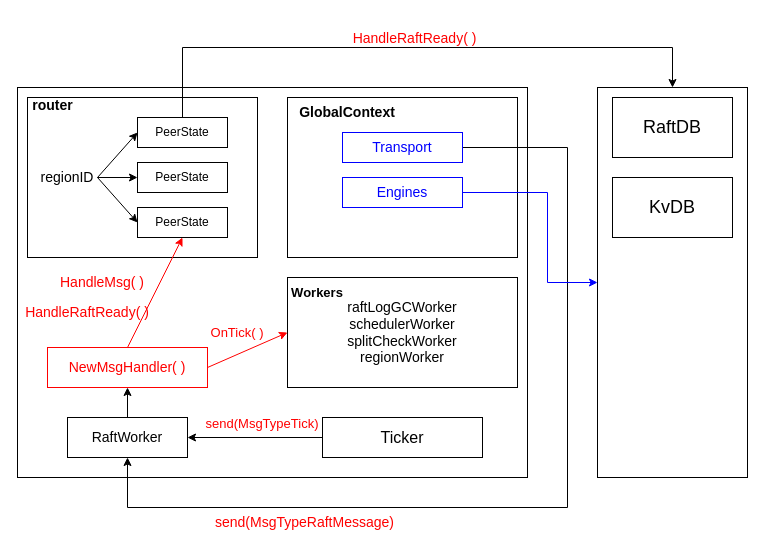
Holworth/DrawIO keeps this draw.io diagram as Untitled Diagram.drawio. Above is the earlier version. Source tidied: cells renumbered, new cells numbered last; positions are measured from the earlier drawing's top-left corner, leaving out a move shared by most shapes. Both pictures are drawn from the tidied source at 100%, with x=0, y=0 at pixel (17, 17).
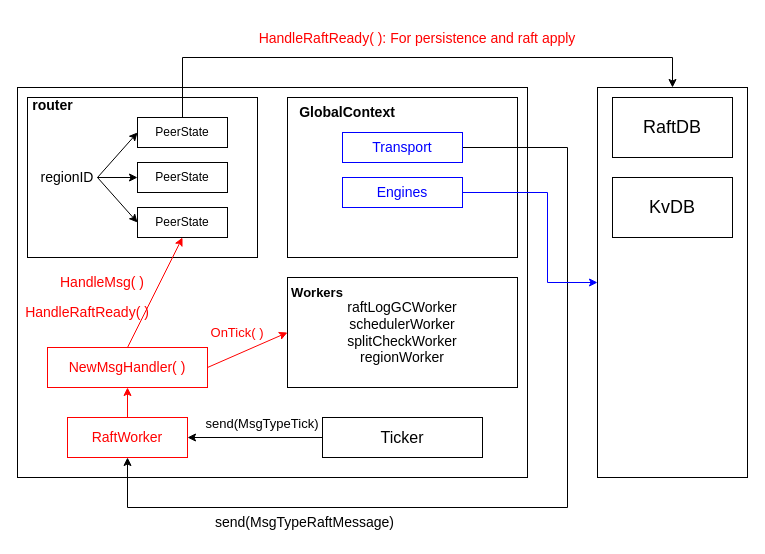
After the change.

The change refers to these unchanged cells:
```xml
<mxCell id="6" value="PeerState" style="rounded=0;whiteSpace=wrap;html=1;" parent="1" vertex="1">
  <mxGeometry x="120" y="100" width="90" height="30" as="geometry" />
</mxCell>
<mxCell id="17" value="&lt;font color=&quot;#ff0000&quot;&gt;NewMsgHandler( )&lt;/font&gt;" style="rounded=0;whiteSpace=wrap;html=1;fontSize=14;strokeColor=#FF0000;" parent="1" vertex="1">
  <mxGeometry x="30" y="330" width="160" height="40" as="geometry" />
</mxCell>
<mxCell id="31" style="rounded=0;whiteSpace=wrap;html=1;fontSize=13;fontColor=#FF0000;strokeColor=#000000;" parent="1" vertex="1">
  <mxGeometry x="580" y="70" width="150" height="390" as="geometry" />
</mxCell>
```

The edit, as a diff of the source:
```diff
@@
     <mxCell id="5" style="edgeStyle=orthogonalEdgeStyle;rounded=0;jettySize=auto;html=1;exitX=0.5;exitY=0;exitDx=0;exitDy=0;entryX=0.5;entryY=0;entryDx=0;entryDy=0;fontSize=18;fontColor=#000000;strokeColor=#000000;" parent="1" edge="1" source="6" target="31">
       <mxGeometry relative="1" as="geometry">
         <Array as="points">
-          <mxPoint x="165" y="30" />
-          <mxPoint x="655" y="30" />
+          <mxPoint x="165" y="40" />
+          <mxPoint x="655" y="40" />
         </Array>
       </mxGeometry>
     </mxCell>
@@
-    <mxCell id="15" style="edgeStyle=orthogonalEdgeStyle;rounded=0;jettySize=auto;html=1;exitX=0.5;exitY=0;exitDx=0;exitDy=0;entryX=0.5;entryY=1;entryDx=0;entryDy=0;fontSize=14;fontColor=#FF0000;" parent="1" edge="1" source="16" target="17">
+    <mxCell id="15" style="edgeStyle=orthogonalEdgeStyle;rounded=0;jettySize=auto;html=1;exitX=0.5;exitY=0;exitDx=0;exitDy=0;entryX=0.5;entryY=1;entryDx=0;entryDy=0;fontSize=14;fontColor=#FF0000;strokeColor=#FF0000;" parent="1" edge="1" source="16" target="17">
       <mxGeometry relative="1" as="geometry" />
     </mxCell>
-    <mxCell id="16" value="RaftWorker" style="rounded=0;whiteSpace=wrap;html=1;fontSize=14;" parent="1" vertex="1">
+    <mxCell id="16" value="&lt;font color=&quot;#ff0000&quot;&gt;RaftWorker&lt;/font&gt;" style="rounded=0;whiteSpace=wrap;html=1;fontSize=14;strokeColor=#FF0000;" parent="1" vertex="1">
       <mxGeometry x="50" y="400" width="120" height="40" as="geometry" />
     </mxCell>
@@
-    <mxCell id="25" value="&lt;font style=&quot;font-size: 13px;&quot; color=&quot;#ff0000&quot;&gt;send(MsgTypeTick)&lt;/font&gt;" style="text;html=1;strokeColor=none;fillColor=none;align=center;verticalAlign=middle;whiteSpace=wrap;rounded=0;fontSize=16;fontColor=#0000FF;" parent="1" vertex="1">
+    <mxCell id="25" value="&lt;font color=&quot;#000000&quot; style=&quot;font-size: 13px;&quot;&gt;send(MsgTypeTick)&lt;/font&gt;" style="text;html=1;strokeColor=none;fillColor=none;align=center;verticalAlign=middle;whiteSpace=wrap;rounded=0;fontSize=16;fontColor=#0000FF;" parent="1" vertex="1">
       <mxGeometry x="160" y="390" width="170" height="30" as="geometry" />
     </mxCell>
-    <mxCell id="26" value="&lt;font style=&quot;font-size: 14px;&quot;&gt;send(MsgTypeRaftMessage)&lt;/font&gt;" style="text;html=1;strokeColor=none;fillColor=none;align=center;verticalAlign=middle;whiteSpace=wrap;rounded=0;fontSize=13;fontColor=#FF0000;" parent="1" vertex="1">
+    <mxCell id="26" value="&lt;font color=&quot;#000000&quot; style=&quot;font-size: 14px;&quot;&gt;send(MsgTypeRaftMessage)&lt;/font&gt;" style="text;html=1;strokeColor=none;fillColor=none;align=center;verticalAlign=middle;whiteSpace=wrap;rounded=0;fontSize=13;fontColor=#FF0000;" parent="1" vertex="1">
       <mxGeometry x="220" y="490" width="135" height="30" as="geometry" />
     </mxCell>
@@
-    <mxCell id="36" value="&lt;font style=&quot;font-size: 14px;&quot; color=&quot;#ff0000&quot;&gt;HandleRaftReady( )&lt;/font&gt;" style="text;html=1;strokeColor=none;fillColor=none;align=center;verticalAlign=middle;whiteSpace=wrap;rounded=0;fontSize=18;fontColor=#000000;" parent="1" vertex="1">
-      <mxGeometry x="260" width="275" height="40" as="geometry" />
+    <mxCell id="36" value="&lt;font style=&quot;font-size: 14px;&quot; color=&quot;#ff0000&quot;&gt;HandleRaftReady( ): For persistence and raft apply&lt;/font&gt;" style="text;html=1;strokeColor=none;fillColor=none;align=center;verticalAlign=middle;whiteSpace=wrap;rounded=0;fontSize=18;fontColor=#000000;" parent="1" vertex="1">
+      <mxGeometry x="220" width="360" height="40" as="geometry" />
     </mxCell>
```
